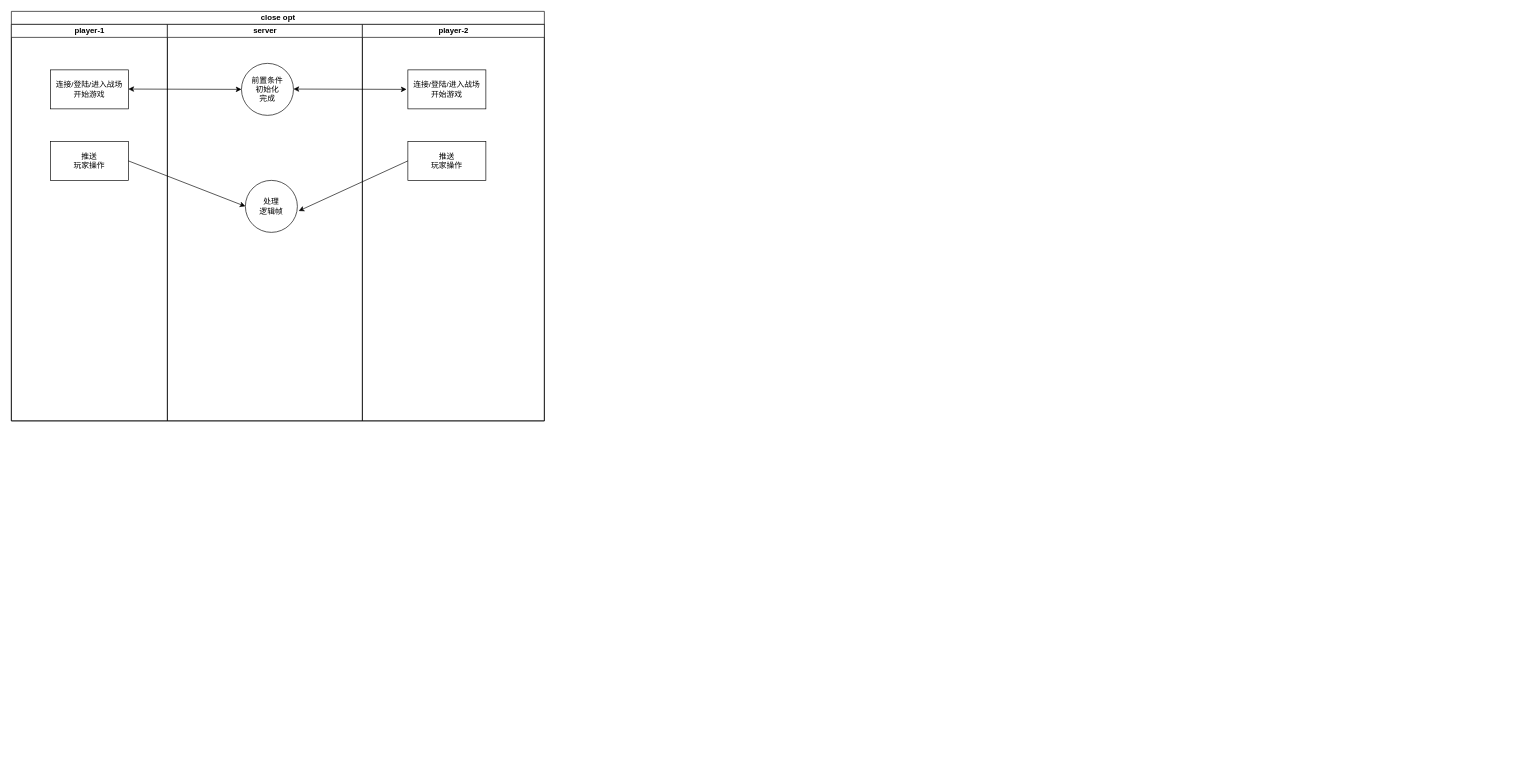
The draw.io diagram 帧同步-Player-双方-close.drawio in mqzhifu/drawpic, before the edit. Source tidied: cells renumbered, new cells numbered last; positions are measured from the earlier drawing's top-left corner, leaving out a move shared by most shapes. Both pictures are drawn from the tidied source at 65%, with x=0, y=0 at pixel (11, 11).
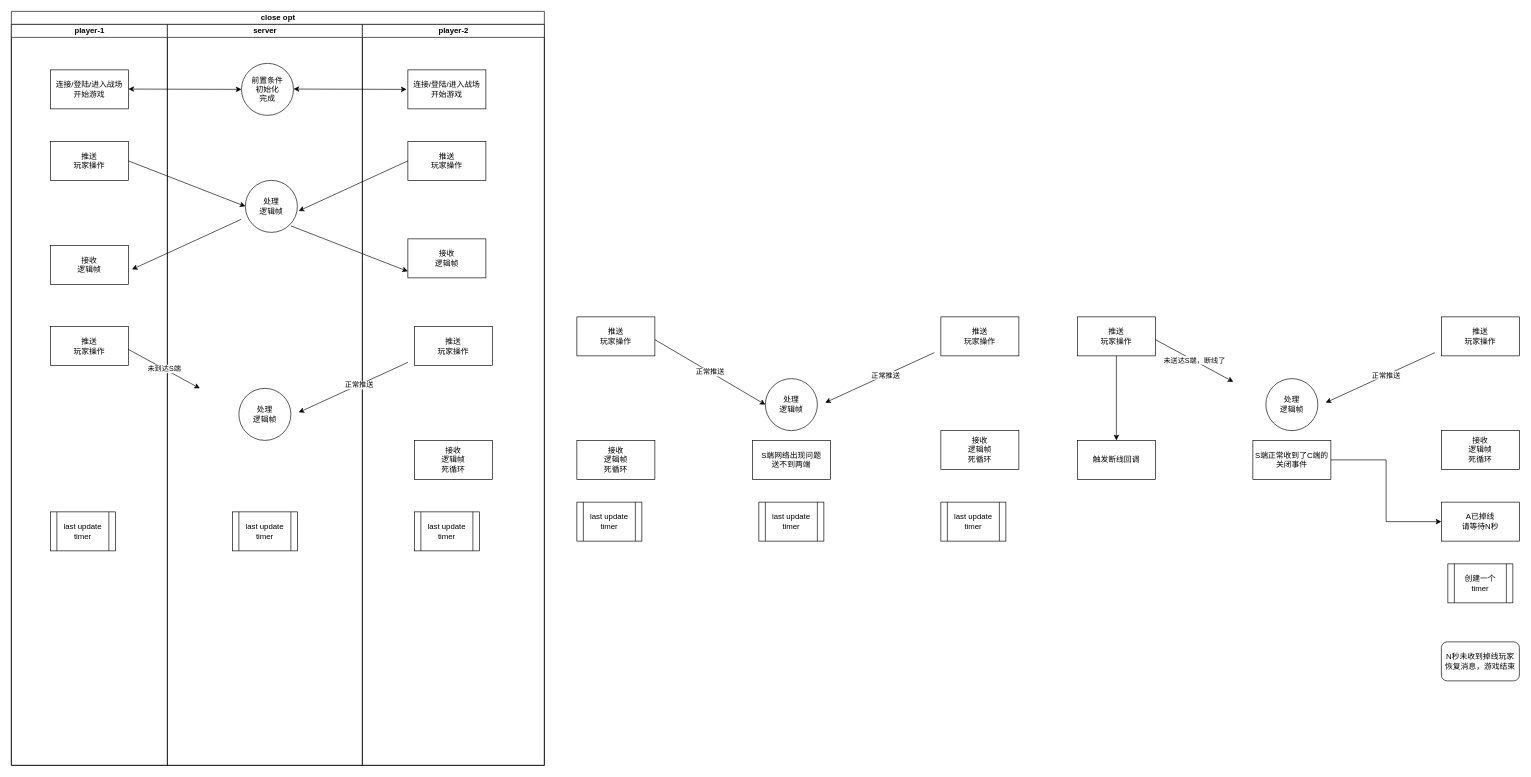
Above is the later version.

Commit message:
Update 帧同步-Player-双方-close.drawio

Diff of the diagram source:
```diff
@@
     <mxCell id="2" value="close opt" style="swimlane;html=1;startSize=20;" parent="1" vertex="1">
-      <mxGeometry width="820" height="630" as="geometry" />
+      <mxGeometry width="820" height="1160" as="geometry" />
     </mxCell>
     <mxCell id="3" value="player-1" style="swimlane;html=1;startSize=20;" parent="2" vertex="1">
-      <mxGeometry y="20" width="240" height="610" as="geometry" />
+      <mxGeometry y="20" width="240" height="1140" as="geometry" />
     </mxCell>
@@
+    <mxCell id="16" value="接收&lt;br&gt;逻辑帧" style="rounded=0;whiteSpace=wrap;html=1;" parent="3" vertex="1">
+      <mxGeometry x="60" y="340" width="120" height="60" as="geometry" />
+    </mxCell>
+    <mxCell id="17" style="endArrow=classic;html=1;entryX=1.025;entryY=0.588;entryDx=0;entryDy=0;entryPerimeter=0;" parent="3" edge="1">
+      <mxGeometry relative="1" as="geometry">
+        <mxPoint x="353.5" y="300" as="sourcePoint" />
+        <mxPoint x="185.5" y="377" as="targetPoint" />
+      </mxGeometry>
+    </mxCell>
+    <mxCell id="18" value="推送&lt;br&gt;玩家操作" style="rounded=0;whiteSpace=wrap;html=1;" parent="3" vertex="1">
+      <mxGeometry x="60" y="465" width="120" height="60" as="geometry" />
+    </mxCell>
+    <mxCell id="19" value="&lt;span&gt;last update&lt;/span&gt;&lt;br&gt;&lt;span&gt;timer&lt;/span&gt;" style="shape=process;whiteSpace=wrap;html=1;backgroundOutline=1;" parent="3" vertex="1">
+      <mxGeometry x="60" y="750" width="100" height="60" as="geometry" />
+    </mxCell>
     <mxCell id="7" value="server" style="swimlane;html=1;startSize=20;" parent="2" vertex="1">
-      <mxGeometry x="240" y="20" width="300" height="610" as="geometry" />
+      <mxGeometry x="240" y="20" width="300" height="1140" as="geometry" />
     </mxCell>
@@
+    <mxCell id="20" value="处理&lt;br&gt;逻辑帧" style="ellipse;whiteSpace=wrap;html=1;" parent="7" vertex="1">
+      <mxGeometry x="110" y="560" width="80" height="80" as="geometry" />
+    </mxCell>
+    <mxCell id="21" value="未到达S端" style="endArrow=classic;html=1;exitX=1;exitY=0.5;exitDx=0;exitDy=0;" parent="7" edge="1">
+      <mxGeometry relative="1" as="geometry">
+        <mxPoint x="-60" y="500" as="sourcePoint" />
+        <mxPoint x="50" y="560" as="targetPoint" />
+      </mxGeometry>
+    </mxCell>
+    <mxCell id="22" value="&lt;span&gt;last update&lt;/span&gt;&lt;br&gt;&lt;span&gt;timer&lt;/span&gt;" style="shape=process;whiteSpace=wrap;html=1;backgroundOutline=1;" parent="7" vertex="1">
+      <mxGeometry x="100" y="750" width="100" height="60" as="geometry" />
+    </mxCell>
     <mxCell id="10" value="player-2" style="swimlane;html=1;startSize=20;" parent="2" vertex="1">
-      <mxGeometry x="540" y="20" width="280" height="610" as="geometry" />
+      <mxGeometry x="540" y="20" width="280" height="1140" as="geometry" />
     </mxCell>
@@
+    <mxCell id="23" value="接收&lt;br&gt;逻辑帧" style="rounded=0;whiteSpace=wrap;html=1;" parent="10" vertex="1">
+      <mxGeometry x="70" y="330" width="120" height="60" as="geometry" />
+    </mxCell>
+    <mxCell id="24" style="endArrow=classic;html=1;entryX=0;entryY=0.5;entryDx=0;entryDy=0;exitX=1;exitY=0.5;exitDx=0;exitDy=0;" parent="10" edge="1">
+      <mxGeometry relative="1" as="geometry">
+        <mxPoint x="-110" y="310" as="sourcePoint" />
+        <mxPoint x="70" y="380" as="targetPoint" />
+      </mxGeometry>
+    </mxCell>
+    <mxCell id="25" value="推送&lt;br&gt;玩家操作" style="rounded=0;whiteSpace=wrap;html=1;" parent="10" vertex="1">
+      <mxGeometry x="80" y="465" width="120" height="60" as="geometry" />
+    </mxCell>
+    <mxCell id="26" style="endArrow=classic;html=1;entryX=1.025;entryY=0.588;entryDx=0;entryDy=0;entryPerimeter=0;" parent="10" edge="1">
+      <mxGeometry relative="1" as="geometry">
+        <mxPoint x="70" y="520" as="sourcePoint" />
+        <mxPoint x="-98" y="597" as="targetPoint" />
+      </mxGeometry>
+    </mxCell>
+    <mxCell id="27" value="正常推送" style="edgeLabel;html=1;align=center;verticalAlign=middle;" parent="26" vertex="1">
+      <mxGeometry x="-0.1" y="1" relative="1" as="geometry">
+        <mxPoint y="-1" as="offset" />
+      </mxGeometry>
+    </mxCell>
+    <mxCell id="28" value="&lt;span&gt;接收&lt;/span&gt;&lt;br&gt;&lt;span&gt;逻辑帧&lt;br&gt;死循环&lt;br&gt;&lt;/span&gt;" style="rounded=0;whiteSpace=wrap;html=1;" parent="10" vertex="1">
+      <mxGeometry x="80" y="640" width="120" height="60" as="geometry" />
+    </mxCell>
+    <mxCell id="29" value="&lt;span&gt;last update&lt;/span&gt;&lt;br&gt;&lt;span&gt;timer&lt;/span&gt;" style="shape=process;whiteSpace=wrap;html=1;backgroundOutline=1;" parent="10" vertex="1">
+      <mxGeometry x="80" y="750" width="100" height="60" as="geometry" />
+    </mxCell>
@@
+    <mxCell id="30" value="推送&lt;br&gt;玩家操作" style="rounded=0;whiteSpace=wrap;html=1;" parent="1" vertex="1">
+      <mxGeometry x="870" y="470" width="120" height="60" as="geometry" />
+    </mxCell>
+    <mxCell id="31" value="&lt;span&gt;last update&lt;/span&gt;&lt;br&gt;&lt;span&gt;timer&lt;/span&gt;" style="shape=process;whiteSpace=wrap;html=1;backgroundOutline=1;" parent="1" vertex="1">
+      <mxGeometry x="870" y="755" width="100" height="60" as="geometry" />
+    </mxCell>
+    <mxCell id="32" value="处理&lt;br&gt;逻辑帧" style="ellipse;whiteSpace=wrap;html=1;" parent="1" vertex="1">
+      <mxGeometry x="1160" y="565" width="80" height="80" as="geometry" />
+    </mxCell>
+    <mxCell id="33" value="正常推送" style="endArrow=classic;html=1;exitX=1;exitY=0.5;exitDx=0;exitDy=0;entryX=0;entryY=0.5;entryDx=0;entryDy=0;" parent="1" edge="1" target="32">
+      <mxGeometry relative="1" as="geometry">
+        <mxPoint x="990" y="505" as="sourcePoint" />
+      </mxGeometry>
+    </mxCell>
+    <mxCell id="34" value="&lt;span&gt;last update&lt;/span&gt;&lt;br&gt;&lt;span&gt;timer&lt;/span&gt;" style="shape=process;whiteSpace=wrap;html=1;backgroundOutline=1;" parent="1" vertex="1">
+      <mxGeometry x="1150" y="755" width="100" height="60" as="geometry" />
+    </mxCell>
+    <mxCell id="35" value="推送&lt;br&gt;玩家操作" style="rounded=0;whiteSpace=wrap;html=1;" parent="1" vertex="1">
+      <mxGeometry x="1430" y="470" width="120" height="60" as="geometry" />
+    </mxCell>
+    <mxCell id="36" style="endArrow=classic;html=1;entryX=1.025;entryY=0.588;entryDx=0;entryDy=0;entryPerimeter=0;" parent="1" edge="1">
+      <mxGeometry relative="1" as="geometry">
+        <mxPoint x="1420" y="525" as="sourcePoint" />
+        <mxPoint x="1252" y="602" as="targetPoint" />
+      </mxGeometry>
+    </mxCell>
+    <mxCell id="37" value="正常推送" style="edgeLabel;html=1;align=center;verticalAlign=middle;" parent="36" vertex="1">
+      <mxGeometry x="-0.1" y="1" relative="1" as="geometry">
+        <mxPoint y="-1" as="offset" />
+      </mxGeometry>
+    </mxCell>
+    <mxCell id="38" value="&lt;span&gt;接收&lt;/span&gt;&lt;br&gt;&lt;span&gt;逻辑帧&lt;br&gt;死循环&lt;br&gt;&lt;/span&gt;" style="rounded=0;whiteSpace=wrap;html=1;" parent="1" vertex="1">
+      <mxGeometry x="1430" y="645" width="120" height="60" as="geometry" />
+    </mxCell>
+    <mxCell id="39" value="&lt;span&gt;last update&lt;/span&gt;&lt;br&gt;&lt;span&gt;timer&lt;/span&gt;" style="shape=process;whiteSpace=wrap;html=1;backgroundOutline=1;" parent="1" vertex="1">
+      <mxGeometry x="1430" y="755" width="100" height="60" as="geometry" />
+    </mxCell>
+    <mxCell id="40" value="S端网络出现问题&lt;br&gt;送不到两端" style="rounded=0;whiteSpace=wrap;html=1;" parent="1" vertex="1">
+      <mxGeometry x="1140" y="660" width="120" height="60" as="geometry" />
+    </mxCell>
+    <mxCell id="41" value="&lt;span&gt;接收&lt;/span&gt;&lt;br&gt;&lt;span&gt;逻辑帧&lt;br&gt;死循环&lt;br&gt;&lt;/span&gt;" style="rounded=0;whiteSpace=wrap;html=1;" parent="1" vertex="1">
+      <mxGeometry x="870" y="660" width="120" height="60" as="geometry" />
+    </mxCell>
+    <mxCell id="42" style="edgeStyle=orthogonalEdgeStyle;rounded=0;jettySize=auto;html=1;entryX=0.5;entryY=0;entryDx=0;entryDy=0;" parent="1" edge="1" source="43" target="53">
+      <mxGeometry relative="1" as="geometry" />
+    </mxCell>
+    <mxCell id="43" value="推送&lt;br&gt;玩家操作" style="rounded=0;whiteSpace=wrap;html=1;" parent="1" vertex="1">
+      <mxGeometry x="1640" y="470" width="120" height="60" as="geometry" />
+    </mxCell>
+    <mxCell id="44" value="处理&lt;br&gt;逻辑帧" style="ellipse;whiteSpace=wrap;html=1;" parent="1" vertex="1">
+      <mxGeometry x="1930" y="565" width="80" height="80" as="geometry" />
+    </mxCell>
+    <mxCell id="45" value="未送达S端，断线了" style="endArrow=classic;html=1;exitX=1;exitY=0.5;exitDx=0;exitDy=0;" parent="1" edge="1">
+      <mxGeometry relative="1" as="geometry">
+        <mxPoint x="1760" y="505" as="sourcePoint" />
+        <mxPoint x="1880" y="570" as="targetPoint" />
+      </mxGeometry>
+    </mxCell>
+    <mxCell id="46" value="推送&lt;br&gt;玩家操作" style="rounded=0;whiteSpace=wrap;html=1;" parent="1" vertex="1">
+      <mxGeometry x="2200" y="470" width="120" height="60" as="geometry" />
+    </mxCell>
+    <mxCell id="47" style="endArrow=classic;html=1;entryX=1.025;entryY=0.588;entryDx=0;entryDy=0;entryPerimeter=0;" parent="1" edge="1">
+      <mxGeometry relative="1" as="geometry">
+        <mxPoint x="2190" y="525" as="sourcePoint" />
+        <mxPoint x="2022" y="602" as="targetPoint" />
+      </mxGeometry>
+    </mxCell>
+    <mxCell id="48" value="正常推送" style="edgeLabel;html=1;align=center;verticalAlign=middle;" parent="47" vertex="1">
+      <mxGeometry x="-0.1" y="1" relative="1" as="geometry">
+        <mxPoint y="-1" as="offset" />
+      </mxGeometry>
+    </mxCell>
+    <mxCell id="49" value="&lt;span&gt;接收&lt;/span&gt;&lt;br&gt;&lt;span&gt;逻辑帧&lt;br&gt;死循环&lt;br&gt;&lt;/span&gt;" style="rounded=0;whiteSpace=wrap;html=1;" parent="1" vertex="1">
+      <mxGeometry x="2200" y="645" width="120" height="60" as="geometry" />
+    </mxCell>
+    <mxCell id="50" value="&lt;span&gt;创建一个&lt;br&gt;timer&lt;/span&gt;" style="shape=process;whiteSpace=wrap;html=1;backgroundOutline=1;" parent="1" vertex="1">
+      <mxGeometry x="2210" y="850" width="100" height="60" as="geometry" />
+    </mxCell>
+    <mxCell id="51" style="edgeStyle=orthogonalEdgeStyle;rounded=0;jettySize=auto;html=1;entryX=0;entryY=0.5;entryDx=0;entryDy=0;" parent="1" edge="1" source="52" target="54">
+      <mxGeometry relative="1" as="geometry" />
+    </mxCell>
+    <mxCell id="52" value="S端正常收到了C端的&lt;br&gt;关闭事件" style="rounded=0;whiteSpace=wrap;html=1;" parent="1" vertex="1">
+      <mxGeometry x="1910" y="660" width="120" height="60" as="geometry" />
+    </mxCell>
+    <mxCell id="53" value="触发断线回调" style="rounded=0;whiteSpace=wrap;html=1;" parent="1" vertex="1">
+      <mxGeometry x="1640" y="660" width="120" height="60" as="geometry" />
+    </mxCell>
+    <mxCell id="54" value="A已掉线&lt;br&gt;请等待N秒" style="rounded=0;whiteSpace=wrap;html=1;" parent="1" vertex="1">
+      <mxGeometry x="2200" y="755" width="120" height="60" as="geometry" />
+    </mxCell>
+    <mxCell id="55" value="N秒未收到掉线玩家&lt;br&gt;恢复消息，游戏结束" style="rounded=1;whiteSpace=wrap;html=1;" parent="1" vertex="1">
+      <mxGeometry x="2200" y="970" width="120" height="60" as="geometry" />
+    </mxCell>
```
